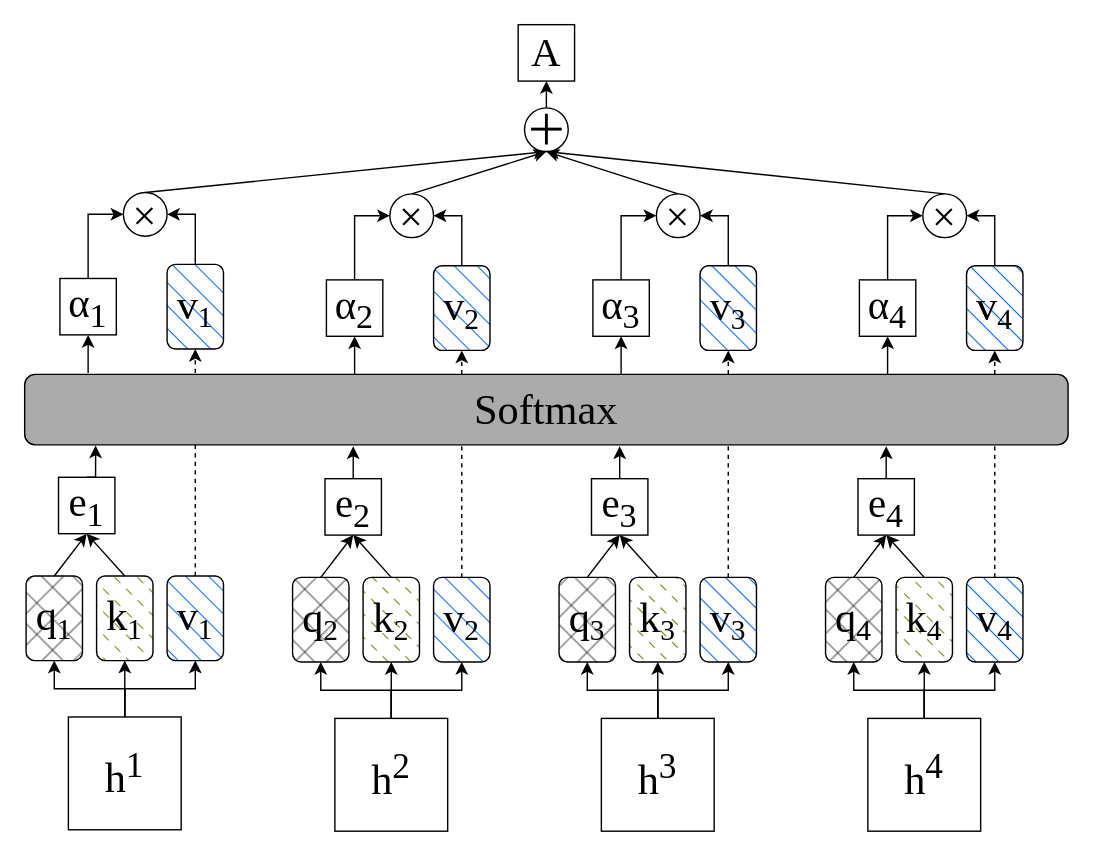
Earlier version of the draw.io diagram page "注意力机制结构图" (1 of 11) of master_paper.drawio (JJackMoO/Jackert_draw). Source tidied: cells renumbered, new cells numbered last; positions are measured from the earlier drawing's top-left corner, leaving out a move shared by most shapes. Both pictures are drawn from the tidied source at 141%, with x=0, y=0 at pixel (24, 24).
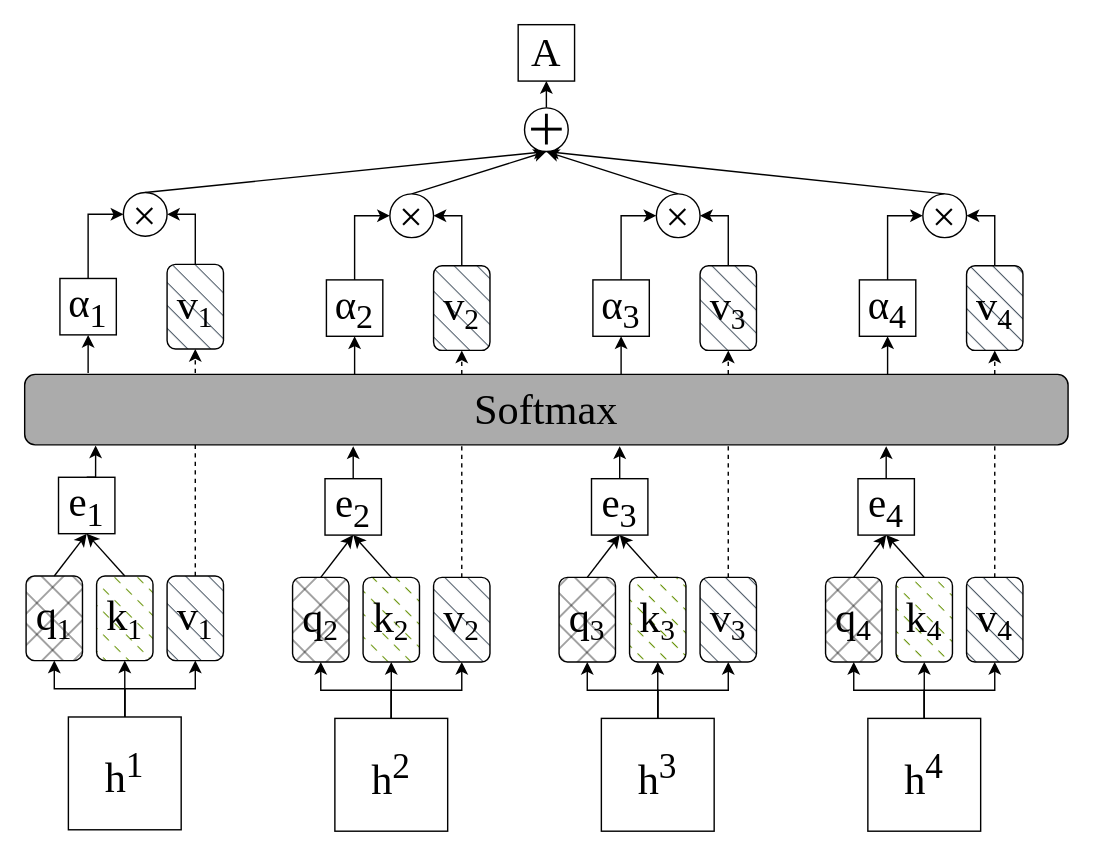
The same diagram, later.

What changed in the source:
```diff
@@
-    <mxCell id="14" value="&lt;font style=&quot;font-size: 30px;&quot; face=&quot;Times New Roman&quot;&gt;v&lt;/font&gt;&lt;font style=&quot;font-size: 25px;&quot; face=&quot;Times New Roman&quot;&gt;&lt;sub&gt;1&lt;/sub&gt;&lt;/font&gt;" style="rounded=1;whiteSpace=wrap;html=1;direction=south;fillColor=#006aff;strokeColor=#000000;shadow=0;glass=0;fillStyle=hatch;align=center;verticalAlign=middle;fontFamily=Helvetica;fontSize=12;fontColor=default;" parent="1" vertex="1">
+    <mxCell id="14" value="&lt;font style=&quot;font-size: 30px;&quot; face=&quot;Times New Roman&quot;&gt;v&lt;/font&gt;&lt;font style=&quot;font-size: 25px;&quot; face=&quot;Times New Roman&quot;&gt;&lt;sub&gt;1&lt;/sub&gt;&lt;/font&gt;" style="rounded=1;whiteSpace=wrap;html=1;direction=south;fillColor=#4C5966;strokeColor=#000000;shadow=0;glass=0;fillStyle=hatch;align=center;verticalAlign=middle;fontFamily=Helvetica;fontSize=12;fontColor=default;" parent="1" vertex="1">
       <mxGeometry x="101" y="391" width="40" height="60" as="geometry" />
     </mxCell>
@@
-    <mxCell id="21" value="&lt;font style=&quot;font-size: 30px;&quot; face=&quot;Times New Roman&quot;&gt;v&lt;/font&gt;&lt;font style=&quot;font-size: 25px;&quot; face=&quot;Times New Roman&quot;&gt;&lt;sub&gt;1&lt;/sub&gt;&lt;/font&gt;" style="rounded=1;whiteSpace=wrap;html=1;direction=south;fillColor=#006aff;strokeColor=#000000;fillStyle=hatch;glass=0;shadow=0;" parent="1" vertex="1">
+    <mxCell id="21" value="&lt;font style=&quot;font-size: 30px;&quot; face=&quot;Times New Roman&quot;&gt;v&lt;/font&gt;&lt;font style=&quot;font-size: 25px;&quot; face=&quot;Times New Roman&quot;&gt;&lt;sub&gt;1&lt;/sub&gt;&lt;/font&gt;" style="rounded=1;whiteSpace=wrap;html=1;direction=south;fillColor=#4C5966;strokeColor=#000000;fillStyle=hatch;glass=0;shadow=0;" parent="1" vertex="1">
       <mxGeometry x="101" y="170" width="40" height="60" as="geometry" />
     </mxCell>
@@
-    <mxCell id="33" value="&lt;font style=&quot;font-size: 30px;&quot; face=&quot;Times New Roman&quot;&gt;v&lt;/font&gt;&lt;font style=&quot;font-size: 25px;&quot; face=&quot;Times New Roman&quot;&gt;&lt;sub&gt;2&lt;/sub&gt;&lt;/font&gt;" style="rounded=1;whiteSpace=wrap;html=1;direction=south;fillColor=#006aff;strokeColor=#000000;shadow=0;glass=0;fillStyle=hatch;align=center;verticalAlign=middle;fontFamily=Helvetica;fontSize=12;fontColor=default;" parent="1" vertex="1">
+    <mxCell id="33" value="&lt;font style=&quot;font-size: 30px;&quot; face=&quot;Times New Roman&quot;&gt;v&lt;/font&gt;&lt;font style=&quot;font-size: 25px;&quot; face=&quot;Times New Roman&quot;&gt;&lt;sub&gt;2&lt;/sub&gt;&lt;/font&gt;" style="rounded=1;whiteSpace=wrap;html=1;direction=south;fillColor=#4C5966;strokeColor=#000000;shadow=0;glass=0;fillStyle=hatch;align=center;verticalAlign=middle;fontFamily=Helvetica;fontSize=12;fontColor=default;" parent="1" vertex="1">
       <mxGeometry x="290" y="392" width="40" height="60" as="geometry" />
     </mxCell>
@@
-    <mxCell id="39" value="&lt;font style=&quot;font-size: 30px;&quot; face=&quot;Times New Roman&quot;&gt;v&lt;/font&gt;&lt;font style=&quot;font-size: 25px;&quot; face=&quot;Times New Roman&quot;&gt;&lt;sub&gt;2&lt;/sub&gt;&lt;/font&gt;" style="rounded=1;whiteSpace=wrap;html=1;direction=south;fillColor=#006aff;strokeColor=#000000;shadow=0;glass=0;fillStyle=hatch;align=center;verticalAlign=middle;fontFamily=Helvetica;fontSize=12;fontColor=default;" parent="1" vertex="1">
+    <mxCell id="39" value="&lt;font style=&quot;font-size: 30px;&quot; face=&quot;Times New Roman&quot;&gt;v&lt;/font&gt;&lt;font style=&quot;font-size: 25px;&quot; face=&quot;Times New Roman&quot;&gt;&lt;sub&gt;2&lt;/sub&gt;&lt;/font&gt;" style="rounded=1;whiteSpace=wrap;html=1;direction=south;fillColor=#4C5966;strokeColor=#000000;shadow=0;glass=0;fillStyle=hatch;align=center;verticalAlign=middle;fontFamily=Helvetica;fontSize=12;fontColor=default;" parent="1" vertex="1">
       <mxGeometry x="290" y="171" width="40" height="60" as="geometry" />
     </mxCell>
@@
-    <mxCell id="51" value="&lt;font style=&quot;font-size: 30px;&quot; face=&quot;Times New Roman&quot;&gt;v&lt;/font&gt;&lt;font style=&quot;font-size: 25px;&quot; face=&quot;Times New Roman&quot;&gt;&lt;sub&gt;3&lt;/sub&gt;&lt;/font&gt;" style="rounded=1;whiteSpace=wrap;html=1;direction=south;fillColor=#006aff;strokeColor=#000000;shadow=0;glass=0;fillStyle=hatch;align=center;verticalAlign=middle;fontFamily=Helvetica;fontSize=12;fontColor=default;" parent="1" vertex="1">
+    <mxCell id="51" value="&lt;font style=&quot;font-size: 30px;&quot; face=&quot;Times New Roman&quot;&gt;v&lt;/font&gt;&lt;font style=&quot;font-size: 25px;&quot; face=&quot;Times New Roman&quot;&gt;&lt;sub&gt;3&lt;/sub&gt;&lt;/font&gt;" style="rounded=1;whiteSpace=wrap;html=1;direction=south;fillColor=#4C5966;strokeColor=#000000;shadow=0;glass=0;fillStyle=hatch;align=center;verticalAlign=middle;fontFamily=Helvetica;fontSize=12;fontColor=default;" parent="1" vertex="1">
       <mxGeometry x="479" y="392" width="40" height="60" as="geometry" />
     </mxCell>
@@
-    <mxCell id="57" value="&lt;font style=&quot;font-size: 30px;&quot; face=&quot;Times New Roman&quot;&gt;v&lt;/font&gt;&lt;font style=&quot;font-size: 25px;&quot; face=&quot;Times New Roman&quot;&gt;&lt;sub&gt;3&lt;/sub&gt;&lt;/font&gt;" style="rounded=1;whiteSpace=wrap;html=1;direction=south;fillColor=#006aff;strokeColor=#000000;shadow=0;glass=0;fillStyle=hatch;align=center;verticalAlign=middle;fontFamily=Helvetica;fontSize=12;fontColor=default;" parent="1" vertex="1">
+    <mxCell id="57" value="&lt;font style=&quot;font-size: 30px;&quot; face=&quot;Times New Roman&quot;&gt;v&lt;/font&gt;&lt;font style=&quot;font-size: 25px;&quot; face=&quot;Times New Roman&quot;&gt;&lt;sub&gt;3&lt;/sub&gt;&lt;/font&gt;" style="rounded=1;whiteSpace=wrap;html=1;direction=south;fillColor=#4C5966;strokeColor=#000000;shadow=0;glass=0;fillStyle=hatch;align=center;verticalAlign=middle;fontFamily=Helvetica;fontSize=12;fontColor=default;" parent="1" vertex="1">
       <mxGeometry x="479" y="171" width="40" height="60" as="geometry" />
     </mxCell>
@@
-    <mxCell id="69" value="&lt;font style=&quot;font-size: 30px;&quot; face=&quot;Times New Roman&quot;&gt;v&lt;/font&gt;&lt;font style=&quot;font-size: 25px;&quot; face=&quot;Times New Roman&quot;&gt;&lt;sub&gt;4&lt;/sub&gt;&lt;/font&gt;" style="rounded=1;whiteSpace=wrap;html=1;direction=south;fillColor=#006aff;strokeColor=#000000;shadow=0;glass=0;fillStyle=hatch;align=center;verticalAlign=middle;fontFamily=Helvetica;fontSize=12;fontColor=default;" parent="1" vertex="1">
+    <mxCell id="69" value="&lt;font style=&quot;font-size: 30px;&quot; face=&quot;Times New Roman&quot;&gt;v&lt;/font&gt;&lt;font style=&quot;font-size: 25px;&quot; face=&quot;Times New Roman&quot;&gt;&lt;sub&gt;4&lt;/sub&gt;&lt;/font&gt;" style="rounded=1;whiteSpace=wrap;html=1;direction=south;fillColor=#4C5966;strokeColor=#000000;shadow=0;glass=0;fillStyle=hatch;align=center;verticalAlign=middle;fontFamily=Helvetica;fontSize=12;fontColor=default;" parent="1" vertex="1">
       <mxGeometry x="668" y="392" width="40" height="60" as="geometry" />
     </mxCell>
@@
-    <mxCell id="75" value="&lt;font style=&quot;font-size: 30px;&quot; face=&quot;Times New Roman&quot;&gt;v&lt;/font&gt;&lt;font style=&quot;font-size: 25px;&quot; face=&quot;Times New Roman&quot;&gt;&lt;sub&gt;4&lt;/sub&gt;&lt;/font&gt;" style="rounded=1;whiteSpace=wrap;html=1;direction=south;fillColor=#006aff;strokeColor=#000000;shadow=0;glass=0;fillStyle=hatch;align=center;verticalAlign=middle;fontFamily=Helvetica;fontSize=12;fontColor=default;" parent="1" vertex="1">
+    <mxCell id="75" value="&lt;font style=&quot;font-size: 30px;&quot; face=&quot;Times New Roman&quot;&gt;v&lt;/font&gt;&lt;font style=&quot;font-size: 25px;&quot; face=&quot;Times New Roman&quot;&gt;&lt;sub&gt;4&lt;/sub&gt;&lt;/font&gt;" style="rounded=1;whiteSpace=wrap;html=1;direction=south;fillColor=#4C5966;strokeColor=#000000;shadow=0;glass=0;fillStyle=hatch;align=center;verticalAlign=middle;fontFamily=Helvetica;fontSize=12;fontColor=default;" parent="1" vertex="1">
       <mxGeometry x="668" y="171" width="40" height="60" as="geometry" />
     </mxCell>
```
